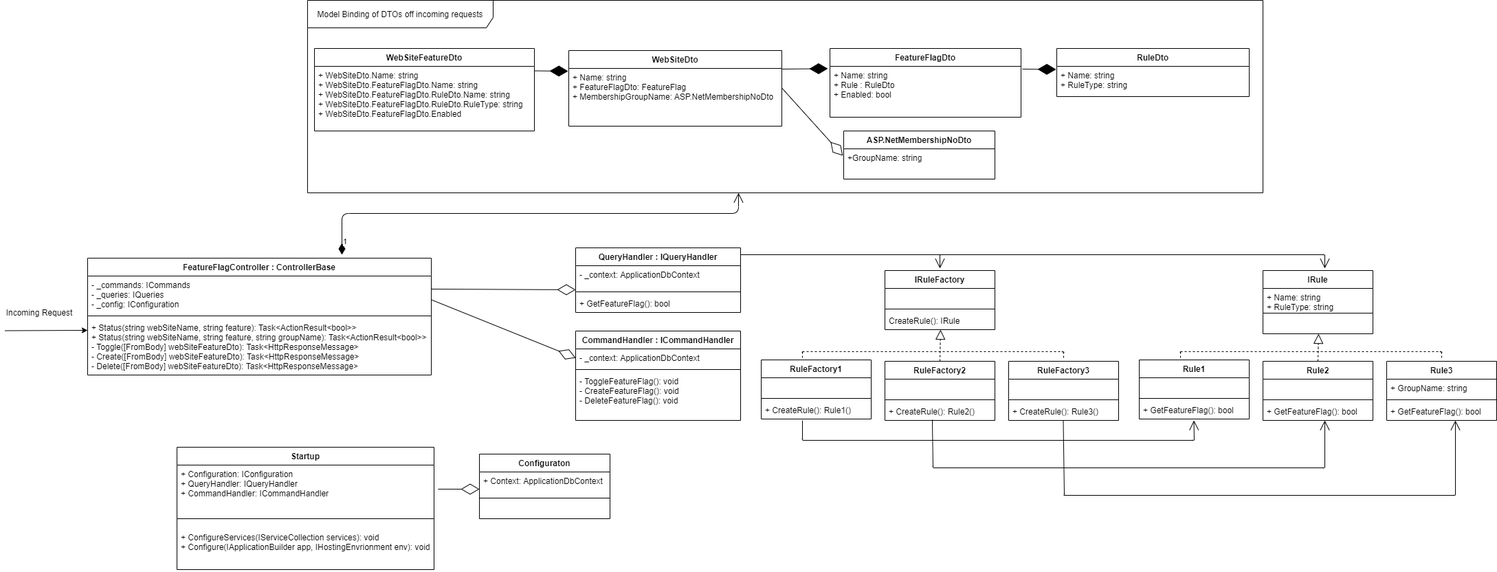
Above: TechnicalDesignExercise/FeatureFlagging-ClassDiagram.png in mark-stoker/AgencyPropertyCleanup (draw.io), before the change. Source tidied: cells renumbered, new cells last; positions are measured from the earlier drawing's top-left corner, leaving out a move shared by most shapes.
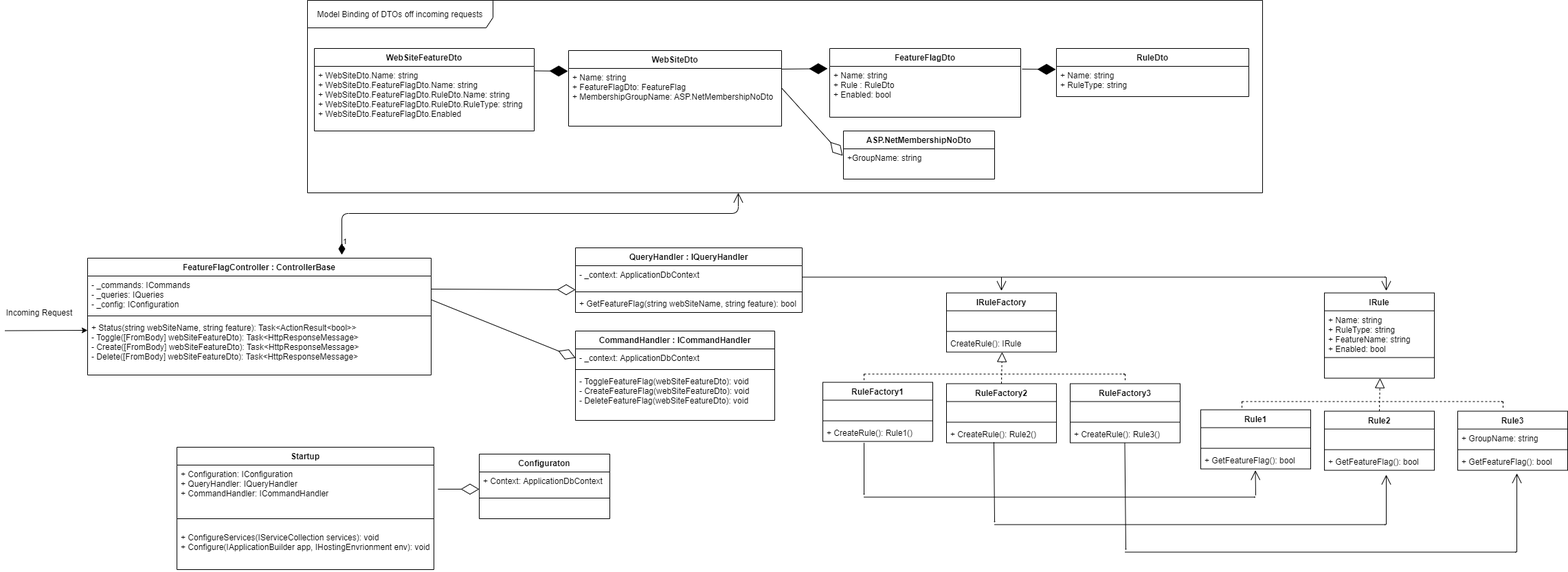
The same diagram one commit later.

Diff of the diagram source:
```diff
@@ -50,32 +50,32 @@
     <mxCell id="16" style="line;strokeWidth=1;fillColor=none;align=left;verticalAlign=middle;spacingTop=-1;spacingLeft=3;spacingRight=3;labelPosition=right;" parent="14" vertex="1">
       <mxGeometry y="80" width="500" height="8" as="geometry" />
     </mxCell>
-    <mxCell id="17" value="+ Status(string webSiteName, string feature): Task&lt;ActionResult&lt;bool&gt;&gt;&#10;+ Status(string webSiteName, string feature, string groupName): Task&lt;ActionResult&lt;bool&gt;&gt;&#10;- Toggle([FromBody] webSiteFeatureDto): Task&lt;HttpResponseMessage&gt;&#10;- Create([FromBody] webSiteFeatureDto): Task&lt;HttpResponseMessage&gt;&#10;- Delete([FromBody] webSiteFeatureDto): Task&lt;HttpResponseMessage&gt;" style="text;strokeColor=none;fillColor=none;align=left;verticalAlign=top;spacingLeft=4;spacingRight=4;overflow=hidden;" parent="14" vertex="1">
+    <mxCell id="17" value="+ Status(string webSiteName, string feature): Task&lt;ActionResult&lt;bool&gt;&gt;&#10;- Toggle([FromBody] webSiteFeatureDto): Task&lt;HttpResponseMessage&gt;&#10;- Create([FromBody] webSiteFeatureDto): Task&lt;HttpResponseMessage&gt;&#10;- Delete([FromBody] webSiteFeatureDto): Task&lt;HttpResponseMessage&gt;" style="text;strokeColor=none;fillColor=none;align=left;verticalAlign=top;spacingLeft=4;spacingRight=4;overflow=hidden;" parent="14" vertex="1">
       <mxGeometry y="88" width="500" height="82" as="geometry" />
     </mxCell>
     <mxCell id="18" value="QueryHandler : IQueryHandler" style="swimlane;fontStyle=1;align=center;verticalAlign=top;horizontal=1;startSize=26;" parent="1" vertex="1">
-      <mxGeometry x="830" y="360" width="240" height="94" as="geometry" />
+      <mxGeometry x="830" y="360" width="330" height="94" as="geometry" />
     </mxCell>
     <mxCell id="19" value="- _context: ApplicationDbContext" style="text;strokeColor=none;fillColor=none;align=left;verticalAlign=top;spacingLeft=4;spacingRight=4;overflow=hidden;points=[[0,0.5],[1,0.5]];portConstraint=eastwest;" parent="18" vertex="1">
-      <mxGeometry y="26" width="240" height="34" as="geometry" />
+      <mxGeometry y="26" width="330" height="34" as="geometry" />
     </mxCell>
     <mxCell id="20" style="line;strokeWidth=1;fillColor=none;align=left;verticalAlign=middle;spacingTop=-1;spacingLeft=3;spacingRight=3;labelPosition=right;" parent="18" vertex="1">
-      <mxGeometry y="60" width="240" height="8" as="geometry" />
+      <mxGeometry y="60" width="330" height="8" as="geometry" />
     </mxCell>
-    <mxCell id="21" value="+ GetFeatureFlag(): bool" style="text;strokeColor=none;fillColor=none;align=left;verticalAlign=top;spacingLeft=4;spacingRight=4;overflow=hidden;" parent="18" vertex="1">
-      <mxGeometry y="68" width="240" height="26" as="geometry" />
+    <mxCell id="21" value="+ GetFeatureFlag(string webSiteName, string feature): bool" style="text;strokeColor=none;fillColor=none;align=left;verticalAlign=top;spacingLeft=4;spacingRight=4;overflow=hidden;" parent="18" vertex="1">
+      <mxGeometry y="68" width="330" height="26" as="geometry" />
     </mxCell>
     <mxCell id="22" value="CommandHandler : ICommandHandler" style="swimlane;fontStyle=1;align=center;verticalAlign=top;horizontal=1;startSize=26;" parent="1" vertex="1">
-      <mxGeometry x="830" y="481" width="240" height="130" as="geometry" />
+      <mxGeometry x="830" y="481" width="290" height="130" as="geometry" />
     </mxCell>
     <mxCell id="23" value="- _context: ApplicationDbContext" style="text;strokeColor=none;fillColor=none;align=left;verticalAlign=top;spacingLeft=4;spacingRight=4;overflow=hidden;points=[[0,0.5],[1,0.5]];portConstraint=eastwest;" parent="22" vertex="1">
-      <mxGeometry y="26" width="240" height="26" as="geometry" />
+      <mxGeometry y="26" width="290" height="26" as="geometry" />
     </mxCell>
     <mxCell id="24" style="line;strokeWidth=1;fillColor=none;align=left;verticalAlign=middle;spacingTop=-1;spacingLeft=3;spacingRight=3;labelPosition=right;" parent="22" vertex="1">
-      <mxGeometry y="52" width="240" height="8" as="geometry" />
+      <mxGeometry y="52" width="290" height="8" as="geometry" />
     </mxCell>
-    <mxCell id="25" value="- ToggleFeatureFlag(): void&#10;- CreateFeatureFlag(): void&#10;- DeleteFeatureFlag(): void" style="text;strokeColor=none;fillColor=none;align=left;verticalAlign=top;spacingLeft=4;spacingRight=4;overflow=hidden;" parent="22" vertex="1">
-      <mxGeometry y="60" width="240" height="70" as="geometry" />
+    <mxCell id="25" value="- ToggleFeatureFlag(webSiteFeatureDto): void&#10;- CreateFeatureFlag(webSiteFeatureDto): void&#10;- DeleteFeatureFlag(webSiteFeatureDto): void" style="text;strokeColor=none;fillColor=none;align=left;verticalAlign=top;spacingLeft=4;spacingRight=4;overflow=hidden;" parent="22" vertex="1">
+      <mxGeometry y="60" width="290" height="70" as="geometry" />
     </mxCell>
     <mxCell id="26" value="WebSiteFeatureDto" style="swimlane;fontStyle=1;align=center;verticalAlign=top;horizontal=1;startSize=26;" parent="1" vertex="1">
       <mxGeometry x="450" y="70" width="320" height="120" as="geometry" />
@@ -119,7 +119,7 @@
       </mxGeometry>
     </mxCell>
     <mxCell id="36" value="RuleFactory1" style="swimlane;fontStyle=1;align=center;verticalAlign=top;horizontal=1;startSize=26;" parent="1" vertex="1">
-      <mxGeometry x="1100" y="523" width="160" height="86" as="geometry" />
+      <mxGeometry x="1190" y="555.6" width="160" height="86" as="geometry" />
     </mxCell>
     <mxCell id="37" value=" " style="text;strokeColor=none;fillColor=none;align=left;verticalAlign=top;spacingLeft=4;spacingRight=4;overflow=hidden;" parent="36" vertex="1">
       <mxGeometry y="26" width="160" height="26" as="geometry" />
@@ -131,7 +131,7 @@
       <mxGeometry y="60" width="160" height="26" as="geometry" />
     </mxCell>
     <mxCell id="40" value="RuleFactory2" style="swimlane;fontStyle=1;align=center;verticalAlign=top;horizontal=1;startSize=26;" parent="1" vertex="1">
-      <mxGeometry x="1280" y="525" width="160" height="86" as="geometry" />
+      <mxGeometry x="1370" y="557.6" width="160" height="86" as="geometry" />
     </mxCell>
     <mxCell id="41" value=" " style="text;strokeColor=none;fillColor=none;align=left;verticalAlign=top;spacingLeft=4;spacingRight=4;overflow=hidden;" parent="40" vertex="1">
       <mxGeometry y="26" width="160" height="26" as="geometry" />
@@ -143,7 +143,7 @@
       <mxGeometry y="60" width="160" height="26" as="geometry" />
     </mxCell>
     <mxCell id="44" value="RuleFactory3" style="swimlane;fontStyle=1;align=center;verticalAlign=top;horizontal=1;startSize=26;" parent="1" vertex="1">
-      <mxGeometry x="1460" y="525" width="160" height="86" as="geometry" />
+      <mxGeometry x="1550" y="557.6" width="160" height="86" as="geometry" />
     </mxCell>
     <mxCell id="45" value=" " style="text;strokeColor=none;fillColor=none;align=left;verticalAlign=top;spacingLeft=4;spacingRight=4;overflow=hidden;" parent="44" vertex="1">
       <mxGeometry y="26" width="160" height="26" as="geometry" />
@@ -155,7 +155,7 @@
       <mxGeometry y="60" width="160" height="26" as="geometry" />
     </mxCell>
     <mxCell id="48" value="IRuleFactory" style="swimlane;fontStyle=1;align=center;verticalAlign=top;horizontal=1;startSize=26;" parent="1" vertex="1">
-      <mxGeometry x="1280" y="393" width="160" height="86" as="geometry" />
+      <mxGeometry x="1370" y="425.6" width="160" height="86" as="geometry" />
     </mxCell>
     <mxCell id="49" value=" " style="text;strokeColor=none;fillColor=none;align=left;verticalAlign=top;spacingLeft=4;spacingRight=4;overflow=hidden;" parent="48" vertex="1">
       <mxGeometry y="26" width="160" height="26" as="geometry" />
@@ -171,24 +171,24 @@
     </mxCell>
     <mxCell id="53" style="endArrow=block;dashed=1;endFill=0;endSize=0;html=1;" parent="1" edge="1">
       <mxGeometry relative="1" as="geometry">
-        <mxPoint x="1160" y="511" as="sourcePoint" />
-        <mxPoint x="1540" y="511" as="targetPoint" />
+        <mxPoint x="1250" y="543.6" as="sourcePoint" />
+        <mxPoint x="1630" y="543.6" as="targetPoint" />
       </mxGeometry>
     </mxCell>
     <mxCell id="54" style="endArrow=block;dashed=1;endFill=0;endSize=0;html=1;" parent="1" edge="1">
       <mxGeometry relative="1" as="geometry">
-        <mxPoint x="1160" y="520" as="sourcePoint" />
-        <mxPoint x="1160" y="510" as="targetPoint" />
+        <mxPoint x="1250" y="552.6" as="sourcePoint" />
+        <mxPoint x="1250" y="542.6" as="targetPoint" />
       </mxGeometry>
     </mxCell>
     <mxCell id="55" style="endArrow=block;dashed=1;endFill=0;endSize=0;html=1;" parent="1" edge="1">
       <mxGeometry relative="1" as="geometry">
-        <mxPoint x="1540" y="520" as="sourcePoint" />
-        <mxPoint x="1540" y="510" as="targetPoint" />
+        <mxPoint x="1630" y="552.6" as="sourcePoint" />
+        <mxPoint x="1630" y="542.6" as="targetPoint" />
       </mxGeometry>
     </mxCell>
     <mxCell id="56" value="Rule1" style="swimlane;fontStyle=1;align=center;verticalAlign=top;horizontal=1;startSize=26;" parent="1" vertex="1">
-      <mxGeometry x="1650" y="523" width="160" height="86" as="geometry" />
+      <mxGeometry x="1740" y="595.6" width="160" height="86" as="geometry" />
     </mxCell>
     <mxCell id="57" value=" " style="text;strokeColor=none;fillColor=none;align=left;verticalAlign=top;spacingLeft=4;spacingRight=4;overflow=hidden;" parent="56" vertex="1">
       <mxGeometry y="26" width="160" height="26" as="geometry" />
@@ -200,7 +200,7 @@
       <mxGeometry y="60" width="160" height="26" as="geometry" />
     </mxCell>
     <mxCell id="60" value="Rule2" style="swimlane;fontStyle=1;align=center;verticalAlign=top;horizontal=1;startSize=26;" parent="1" vertex="1">
-      <mxGeometry x="1830" y="525" width="160" height="86" as="geometry" />
+      <mxGeometry x="1920" y="597.6" width="160" height="86" as="geometry" />
     </mxCell>
     <mxCell id="61" value=" " style="text;strokeColor=none;fillColor=none;align=left;verticalAlign=top;spacingLeft=4;spacingRight=4;overflow=hidden;" parent="60" vertex="1">
       <mxGeometry y="26" width="160" height="26" as="geometry" />
@@ -212,7 +212,7 @@
       <mxGeometry y="60" width="160" height="26" as="geometry" />
     </mxCell>
     <mxCell id="64" value="Rule3" style="swimlane;fontStyle=1;align=center;verticalAlign=top;horizontal=1;startSize=26;" parent="1" vertex="1">
-      <mxGeometry x="2010" y="525" width="160" height="86" as="geometry" />
+      <mxGeometry x="2114" y="597.6" width="160" height="86" as="geometry" />
     </mxCell>
     <mxCell id="65" value="+ GroupName: string" style="text;strokeColor=none;fillColor=none;align=left;verticalAlign=top;spacingLeft=4;spacingRight=4;overflow=hidden;" parent="64" vertex="1">
       <mxGeometry y="26" width="160" height="26" as="geometry" />
@@ -224,54 +224,54 @@
       <mxGeometry y="60" width="160" height="26" as="geometry" />
     </mxCell>
     <mxCell id="68" value="IRule" style="swimlane;fontStyle=1;align=center;verticalAlign=top;horizontal=1;startSize=26;" parent="1" vertex="1">
-      <mxGeometry x="1830" y="393" width="160" height="92" as="geometry" />
+      <mxGeometry x="1920" y="425.6" width="160" height="124" as="geometry" />
     </mxCell>
-    <mxCell id="69" value="+ Name: string&#10;+ RuleType: string" style="text;strokeColor=none;fillColor=none;align=left;verticalAlign=top;spacingLeft=4;spacingRight=4;overflow=hidden;" parent="68" vertex="1">
-      <mxGeometry y="26" width="160" height="32" as="geometry" />
+    <mxCell id="69" value="+ Name: string&#10;+ RuleType: string&#10;+ FeatureName: string&#10;+ Enabled: bool" style="text;strokeColor=none;fillColor=none;align=left;verticalAlign=top;spacingLeft=4;spacingRight=4;overflow=hidden;" parent="68" vertex="1">
+      <mxGeometry y="26" width="160" height="64" as="geometry" />
     </mxCell>
     <mxCell id="70" style="line;strokeWidth=1;fillColor=none;align=left;verticalAlign=middle;spacingTop=-1;spacingLeft=3;spacingRight=3;labelPosition=right;" parent="68" vertex="1">
-      <mxGeometry y="58" width="160" height="8" as="geometry" />
+      <mxGeometry y="90" width="160" height="8" as="geometry" />
     </mxCell>
     <mxCell id="71" value=" " style="text;strokeColor=none;fillColor=none;align=left;verticalAlign=top;spacingLeft=4;spacingRight=4;overflow=hidden;points=[[0,0.5],[1,0.5]];portConstraint=eastwest;" parent="68" vertex="1">
-      <mxGeometry y="66" width="160" height="26" as="geometry" />
+      <mxGeometry y="98" width="160" height="26" as="geometry" />
     </mxCell>
     <mxCell id="72" style="endArrow=block;dashed=1;endFill=0;endSize=12;html=1;entryX=0.506;entryY=1;entryDx=0;entryDy=0;entryPerimeter=0;exitX=0.5;exitY=0;exitDx=0;exitDy=0;" parent="1" edge="1" source="60" target="71">
       <mxGeometry relative="1" as="geometry" />
     </mxCell>
     <mxCell id="73" style="endArrow=block;dashed=1;endFill=0;endSize=0;html=1;" parent="1" edge="1">
       <mxGeometry relative="1" as="geometry">
-        <mxPoint x="1710" y="511" as="sourcePoint" />
-        <mxPoint x="2090" y="511" as="targetPoint" />
+        <mxPoint x="1800" y="583.6" as="sourcePoint" />
+        <mxPoint x="2180" y="583.6" as="targetPoint" />
       </mxGeometry>
     </mxCell>
     <mxCell id="74" style="endArrow=block;dashed=1;endFill=0;endSize=0;html=1;" parent="1" edge="1">
       <mxGeometry relative="1" as="geometry">
-        <mxPoint x="1710" y="520" as="sourcePoint" />
-        <mxPoint x="1710" y="510" as="targetPoint" />
+        <mxPoint x="1800" y="592.6" as="sourcePoint" />
+        <mxPoint x="1800" y="582.6" as="targetPoint" />
       </mxGeometry>
     </mxCell>
     <mxCell id="75" style="endArrow=block;dashed=1;endFill=0;endSize=0;html=1;" parent="1" edge="1">
       <mxGeometry relative="1" as="geometry">
-        <mxPoint x="2090" y="520" as="sourcePoint" />
-        <mxPoint x="2090" y="510" as="targetPoint" />
+        <mxPoint x="2180" y="592.6" as="sourcePoint" />
+        <mxPoint x="2180" y="582.6" as="targetPoint" />
       </mxGeometry>
     </mxCell>
     <mxCell id="76" style="endArrow=open;endFill=1;endSize=0;html=1;" parent="1" edge="1">
       <mxGeometry relative="1" as="geometry">
-        <mxPoint x="1070" y="370" as="sourcePoint" />
-        <mxPoint x="1920" y="370" as="targetPoint" />
+        <mxPoint x="1160" y="402.6" as="sourcePoint" />
+        <mxPoint x="2010" y="402.6" as="targetPoint" />
       </mxGeometry>
     </mxCell>
     <mxCell id="77" style="endArrow=open;endFill=1;endSize=12;html=1;" parent="1" edge="1">
       <mxGeometry relative="1" as="geometry">
-        <mxPoint x="1360" y="370" as="sourcePoint" />
-        <mxPoint x="1360" y="390" as="targetPoint" />
+        <mxPoint x="1450" y="402.6" as="sourcePoint" />
+        <mxPoint x="1450" y="422.6" as="targetPoint" />
       </mxGeometry>
     </mxCell>
     <mxCell id="78" style="endArrow=open;endFill=1;endSize=12;html=1;" parent="1" edge="1">
       <mxGeometry relative="1" as="geometry">
-        <mxPoint x="1920" y="370" as="sourcePoint" />
-        <mxPoint x="1920" y="390" as="targetPoint" />
+        <mxPoint x="2010" y="402.6" as="sourcePoint" />
+        <mxPoint x="2010" y="422.6" as="targetPoint" />
       </mxGeometry>
     </mxCell>
     <mxCell id="79" value="ASP.NetMembershipNoDto" style="swimlane;fontStyle=1;align=center;verticalAlign=top;horizontal=1;startSize=26;" parent="1" vertex="1">
@@ -282,55 +282,54 @@
     </mxCell>
     <mxCell id="81" style="endArrow=open;endFill=1;endSize=0;html=1;" parent="1" edge="1">
       <mxGeometry relative="1" as="geometry">
-        <mxPoint x="1160" y="640" as="sourcePoint" />
-        <mxPoint x="1730" y="640" as="targetPoint" />
+        <mxPoint x="1250" y="722.6" as="sourcePoint" />
+        <mxPoint x="1820" y="722.6" as="targetPoint" />
       </mxGeometry>
     </mxCell>
     <mxCell id="82" style="endArrow=open;endFill=1;endSize=0;html=1;" parent="1" edge="1">
       <mxGeometry relative="1" as="geometry">
-        <mxPoint x="1160" y="611" as="sourcePoint" />
-        <mxPoint x="1160" y="640" as="targetPoint" />
+        <mxPoint x="1250" y="643.6" as="sourcePoint" />
+        <mxPoint x="1250" y="720" as="targetPoint" />
       </mxGeometry>
     </mxCell>
     <mxCell id="83" style="endArrow=open;endFill=1;endSize=12;html=1;" parent="1" edge="1">
       <mxGeometry relative="1" as="geometry">
-        <mxPoint x="1730" y="640" as="sourcePoint" />
-        <mxPoint x="1729.5" y="611" as="targetPoint" />
+        <mxPoint x="1820" y="720" as="sourcePoint" />
+        <mxPoint x="1819.5" y="683.6" as="targetPoint" />
       </mxGeometry>
     </mxCell>
     <mxCell id="84" style="endArrow=open;endFill=1;endSize=0;html=1;" parent="1" edge="1">
       <mxGeometry relative="1" as="geometry">
-        <mxPoint x="1350" y="680" as="sourcePoint" />
-        <mxPoint x="1920" y="680" as="targetPoint" />
+        <mxPoint x="1440" y="762.6" as="sourcePoint" />
+        <mxPoint x="2010" y="762.6" as="targetPoint" />
       </mxGeometry>
     </mxCell>
     <mxCell id="85" style="endArrow=open;endFill=1;endSize=0;html=1;exitX=0.431;exitY=0.962;exitDx=0;exitDy=0;exitPerimeter=0;" parent="1" edge="1" source="43">
       <mxGeometry relative="1" as="geometry">
-        <mxPoint x="1350" y="680" as="targetPoint" />
+        <mxPoint x="1440" y="760" as="targetPoint" />
       </mxGeometry>
     </mxCell>
     <mxCell id="86" style="endArrow=open;endFill=1;endSize=12;html=1;" parent="1" edge="1">
       <mxGeometry relative="1" as="geometry">
-        <mxPoint x="1920" y="680" as="sourcePoint" />
-        <mxPoint x="1920" y="611" as="targetPoint" />
+        <mxPoint x="2010" y="762.6" as="sourcePoint" />
+        <mxPoint x="2010" y="690" as="targetPoint" />
       </mxGeometry>
     </mxCell>
     <mxCell id="87" style="endArrow=open;endFill=1;endSize=0;html=1;exitX=0.431;exitY=0.962;exitDx=0;exitDy=0;exitPerimeter=0;" parent="1" edge="1">
       <mxGeometry relative="1" as="geometry">
-        <mxPoint x="1539.5" y="611" as="sourcePoint" />
-        <mxPoint x="1541" y="720" as="targetPoint" />
+        <mxPoint x="1629.5" y="643.6" as="sourcePoint" />
+        <mxPoint x="1631" y="800" as="targetPoint" />
       </mxGeometry>
     </mxCell>
     <mxCell id="88" style="endArrow=open;endFill=1;endSize=0;html=1;" parent="1" edge="1">
       <mxGeometry relative="1" as="geometry">
-        <mxPoint x="1540" y="720" as="sourcePoint" />
-        <mxPoint x="2110" y="720" as="targetPoint" />
+        <mxPoint x="1630" y="802.6" as="sourcePoint" />
+        <mxPoint x="2200" y="802.6" as="targetPoint" />
       </mxGeometry>
     </mxCell>
-    <mxCell id="89" style="endArrow=open;endFill=1;endSize=12;html=1;" parent="1" edge="1">
+    <mxCell id="89" style="endArrow=open;endFill=1;endSize=12;html=1;entryX=0.538;entryY=1.17;entryDx=0;entryDy=0;entryPerimeter=0;" parent="1" edge="1" target="67">
       <mxGeometry relative="1" as="geometry">
-        <mxPoint x="2110" y="720" as="sourcePoint" />
-        <mxPoint x="2110" y="611" as="targetPoint" />
+        <mxPoint x="2200" y="802.6" as="sourcePoint" />
       </mxGeometry>
     </mxCell>
     <mxCell id="90" style="endArrow=diamondThin;endFill=0;endSize=24;html=1;exitX=0.989;exitY=0.547;exitDx=0;exitDy=0;exitPerimeter=0;" parent="1" edge="1">
```
